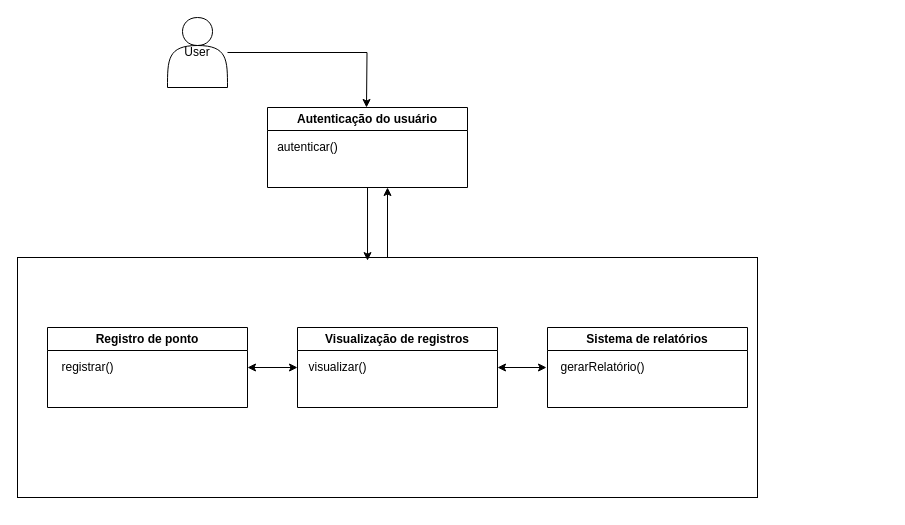
FiapGffGrupo30/hackathon keeps this draw.io diagram as page "Solução" (2 of 2) of imagens/Desenho da solucao.drawio. Above is the earlier version. Source tidied: cells renumbered, new cells numbered last; positions are measured from the earlier drawing's top-left corner, leaving out a move shared by most shapes. Both pictures are drawn from the tidied source at 100%, with x=0, y=0 at pixel (17, 17).
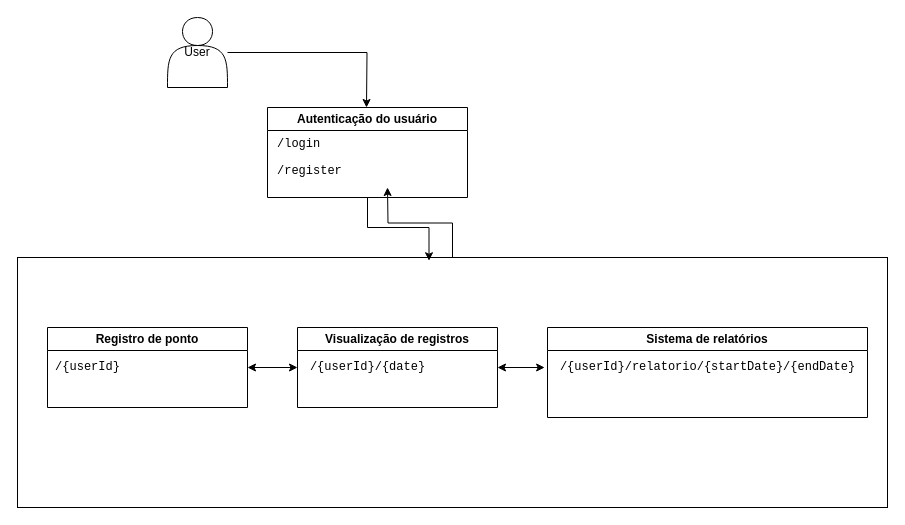
The same page after the edit.

The edit, as a diff of the source:
```diff
@@
 <mxGraphModel>
   <root>
     <mxCell id="0" />
     <mxCell id="1" parent="0" />
     <mxCell id="2" value="User" style="shape=actor;whiteSpace=wrap;html=1;" parent="1" vertex="1">
       <mxGeometry x="150" width="60" height="70" as="geometry" />
     </mxCell>
     <mxCell id="3" style="edgeStyle=orthogonalEdgeStyle;rounded=0;jettySize=auto;html=1;entryX=0.5;entryY=0;entryDx=0;entryDy=0;entryPerimeter=0;" parent="1" edge="1" source="2">
       <mxGeometry relative="1" as="geometry">
         <mxPoint x="349" y="90" as="targetPoint" />
       </mxGeometry>
     </mxCell>
     <mxCell id="4" value="Autenticação do usuário" style="swimlane;whiteSpace=wrap;html=1;" parent="1" vertex="1">
-      <mxGeometry x="250" y="90" width="200" height="80" as="geometry" />
+      <mxGeometry x="250" y="90" width="200" height="90" as="geometry" />
     </mxCell>
-    <mxCell id="5" value="autenticar()" style="text;html=1;align=center;verticalAlign=middle;strokeColor=none;fillColor=none;" parent="4" vertex="1">
-      <mxGeometry y="25" width="80" height="30" as="geometry" />
+    <mxCell id="5" value="&lt;pre style=&quot;font-family: &amp;quot;JetBrains Mono&amp;quot;, monospace;&quot;&gt;&lt;span style=&quot;background-color: rgb(255, 255, 255);&quot;&gt;/login &lt;/span&gt;&lt;/pre&gt;&lt;pre style=&quot;font-family: &amp;quot;JetBrains Mono&amp;quot;, monospace;&quot;&gt;/register&lt;/pre&gt;" style="text;html=1;align=left;verticalAlign=middle;strokeColor=none;fillColor=none;strokeWidth=0;spacing=0;" parent="4" vertex="1">
+      <mxGeometry x="10" y="15" width="80" height="70" as="geometry" />
     </mxCell>
     <mxCell id="6" style="edgeStyle=orthogonalEdgeStyle;rounded=0;jettySize=auto;html=1;" parent="1" edge="1" source="7">
       <mxGeometry relative="1" as="geometry">
         <mxPoint x="370" y="170" as="targetPoint" />
       </mxGeometry>
     </mxCell>
     <mxCell id="7" style="rounded=0;whiteSpace=wrap;html=1;" parent="1" vertex="1">
-      <mxGeometry y="240" width="740" height="240" as="geometry" />
+      <mxGeometry y="240" width="870" height="250" as="geometry" />
     </mxCell>
     <mxCell id="8" style="edgeStyle=orthogonalEdgeStyle;rounded=0;jettySize=auto;html=1;startArrow=classic;startFill=1;" parent="1" edge="1" source="9" target="12">
       <mxGeometry relative="1" as="geometry" />
     </mxCell>
     <mxCell id="9" value="Registro de ponto" style="swimlane;whiteSpace=wrap;html=1;" parent="1" vertex="1">
       <mxGeometry x="30" y="310" width="200" height="80" as="geometry" />
     </mxCell>
-    <mxCell id="10" value="registrar()" style="text;html=1;align=center;verticalAlign=middle;strokeColor=none;fillColor=none;" parent="9" vertex="1">
-      <mxGeometry y="25" width="80" height="30" as="geometry" />
+    <mxCell id="10" value="&lt;pre style=&quot;font-family: &amp;quot;JetBrains Mono&amp;quot;, monospace;&quot;&gt;&lt;span style=&quot;background-color: rgb(255, 255, 255);&quot;&gt;/{userId}&lt;/span&gt;&lt;/pre&gt;" style="text;html=1;align=center;verticalAlign=middle;strokeColor=none;fillColor=none;" parent="9" vertex="1">
+      <mxGeometry x="-5" y="15" width="90" height="50" as="geometry" />
     </mxCell>
     <mxCell id="11" value="Visualização de registros" style="swimlane;whiteSpace=wrap;html=1;" parent="1" vertex="1">
       <mxGeometry x="280" y="310" width="200" height="80" as="geometry" />
     </mxCell>
-    <mxCell id="12" value="visualizar()" style="text;html=1;align=center;verticalAlign=middle;points=[];strokeColor=none;fillColor=none;" parent="11" vertex="1">
-      <mxGeometry y="25" width="80" height="30" as="geometry" />
+    <mxCell id="12" value="&lt;pre style=&quot;font-family: &amp;quot;JetBrains Mono&amp;quot;, monospace;&quot;&gt;/{userId}/{date}&lt;/pre&gt;" style="text;html=1;align=center;verticalAlign=middle;points=[];" parent="11" vertex="1">
+      <mxGeometry y="15" width="140" height="50" as="geometry" />
     </mxCell>
     <mxCell id="13" value="Sistema de relatórios" style="swimlane;whiteSpace=wrap;html=1;" parent="1" vertex="1">
-      <mxGeometry x="530" y="310" width="200" height="80" as="geometry" />
+      <mxGeometry x="530" y="310" width="320" height="90" as="geometry" />
     </mxCell>
-    <mxCell id="14" value="gerarRelatório()" style="text;html=1;align=center;verticalAlign=middle;points=[];strokeColor=none;fillColor=none;" parent="13" vertex="1">
-      <mxGeometry y="25" width="110" height="30" as="geometry" />
+    <mxCell id="14" value="&lt;pre style=&quot;font-family: &amp;quot;JetBrains Mono&amp;quot;, monospace;&quot;&gt;&lt;span style=&quot;background-color: rgb(255, 255, 255);&quot;&gt;/{userId}/relatorio/{startDate}/{endDate}&lt;/span&gt;&lt;/pre&gt;" style="text;html=1;align=center;verticalAlign=middle;points=[];strokeColor=none;fillColor=none;" parent="13" vertex="1">
+      <mxGeometry y="15" width="320" height="50" as="geometry" />
     </mxCell>
     <mxCell id="15" style="edgeStyle=orthogonalEdgeStyle;rounded=0;jettySize=auto;html=1;entryX=-0.009;entryY=0.5;entryDx=0;entryDy=0;entryPerimeter=0;startArrow=classic;startFill=1;" parent="1" edge="1" source="11" target="14">
       <mxGeometry relative="1" as="geometry" />
     </mxCell>
     <mxCell id="16" style="edgeStyle=orthogonalEdgeStyle;rounded=0;jettySize=auto;html=1;entryX=0.473;entryY=0.013;entryDx=0;entryDy=0;entryPerimeter=0;" parent="1" edge="1" source="4" target="7">
       <mxGeometry relative="1" as="geometry" />
     </mxCell>
   </root>
 </mxGraphModel>
```
